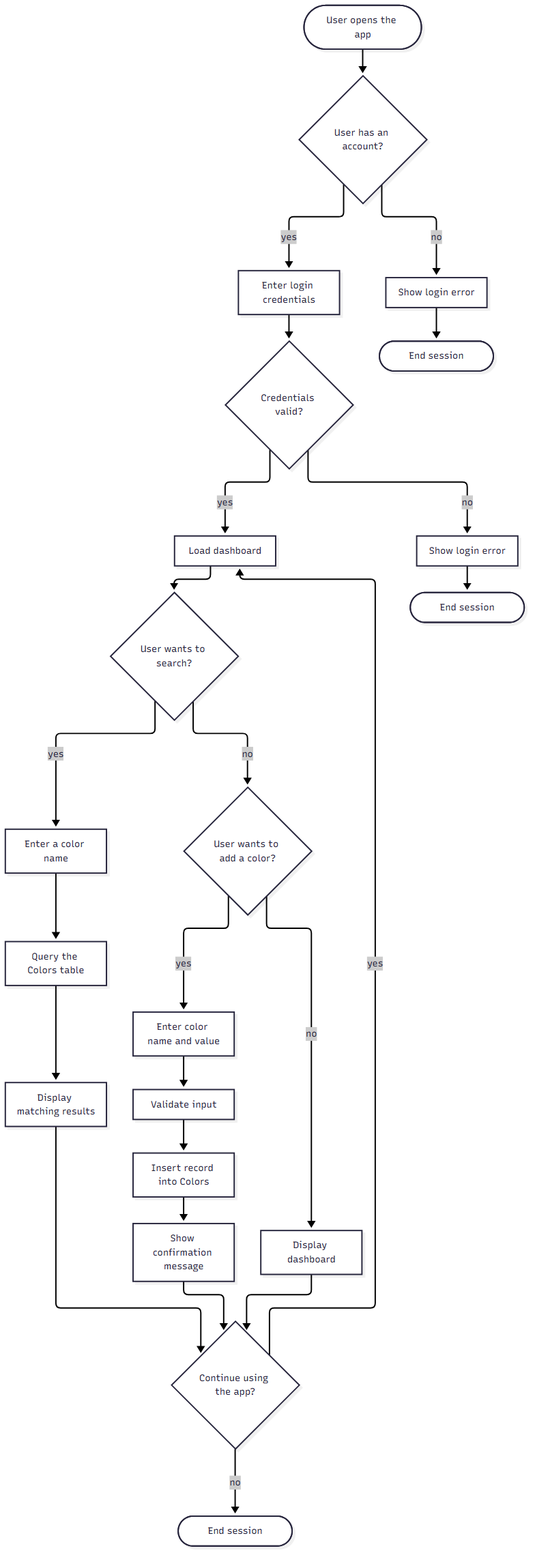
Earlier version of the PlantUML export docs/uml/activity.png (dangdatbrandon/LAMP-Practice). Its source is kept beside it as docs/uml/activity.puml.
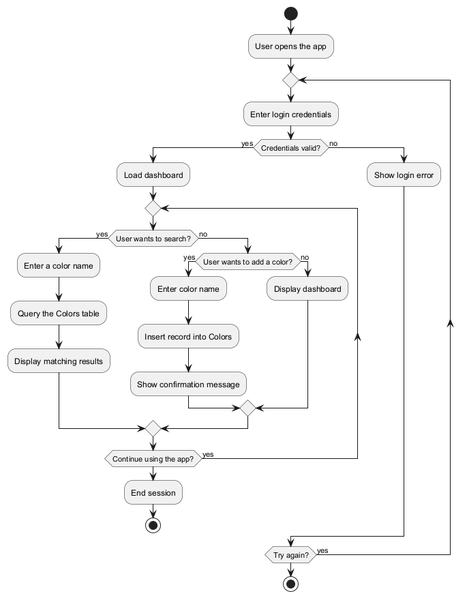
After the change.

What changed in the source:
```diff
@@ -1,7 +1,7 @@
 @startuml
 start
 :User opens the app;
-if (User has an account?) then (yes)
+repeat
   :Enter login credentials;
   if (Credentials valid?) then (yes)
     :Load dashboard;
@@ -12,8 +12,7 @@
         :Display matching results;
       else (no)
         if (User wants to add a color?) then (yes)
-          :Enter color name and value;
-          :Validate input;
+          :Enter color name;
           :Insert record into Colors;
           :Show confirmation message;
         else (no)
@@ -22,13 +21,10 @@
       endif
     repeat while (Continue using the app?) is (yes)
     :End session;
+    stop
   else (no)
     :Show login error;
-    :End session;
   endif
-else (no)
-  :Show login error;
-  :End session;
-endif
+repeat while (Try again?) is (yes)
 stop
 @enduml
```
